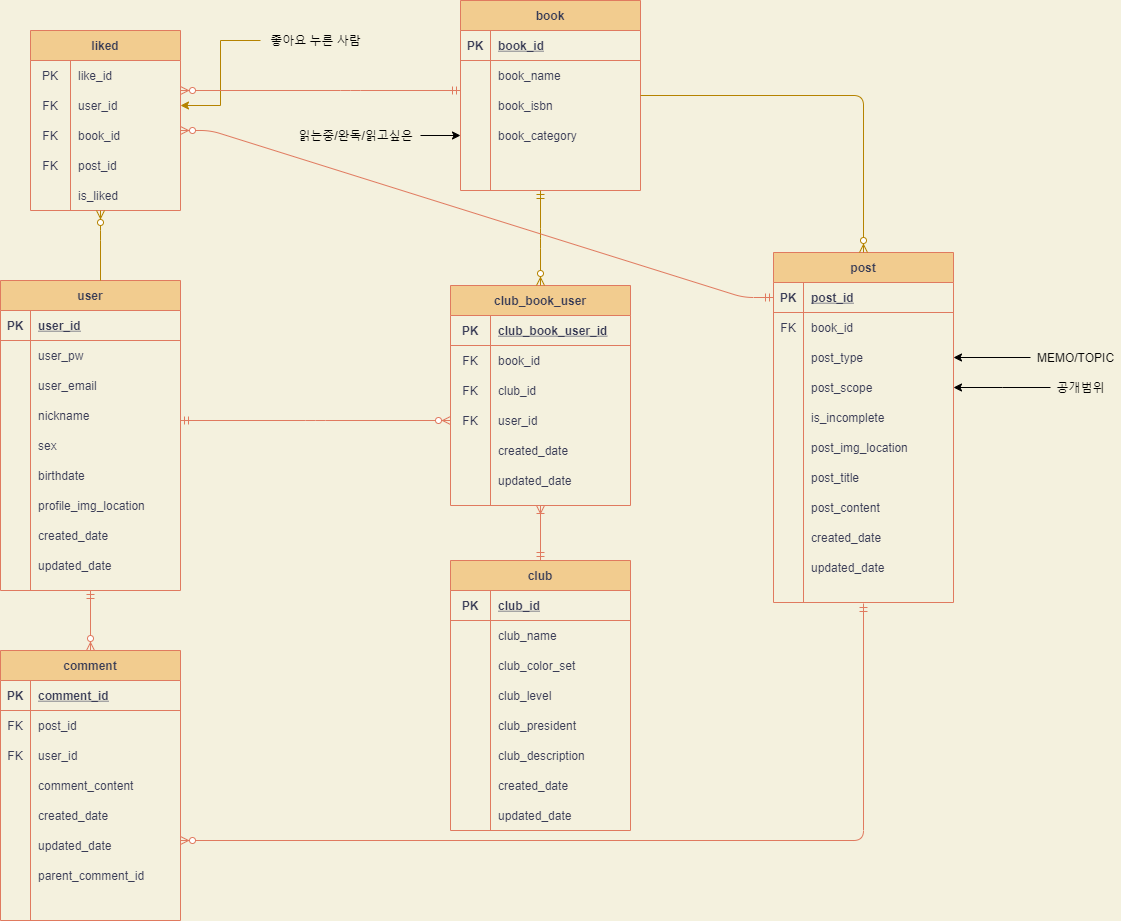
CYC0227/mangpo-ERD keeps this draw.io diagram as mangpoERD.png. Above is the earlier version. Source tidied: cells renumbered, new cells last; positions are measured from the earlier drawing's top-left corner, leaving out a move shared by most shapes.
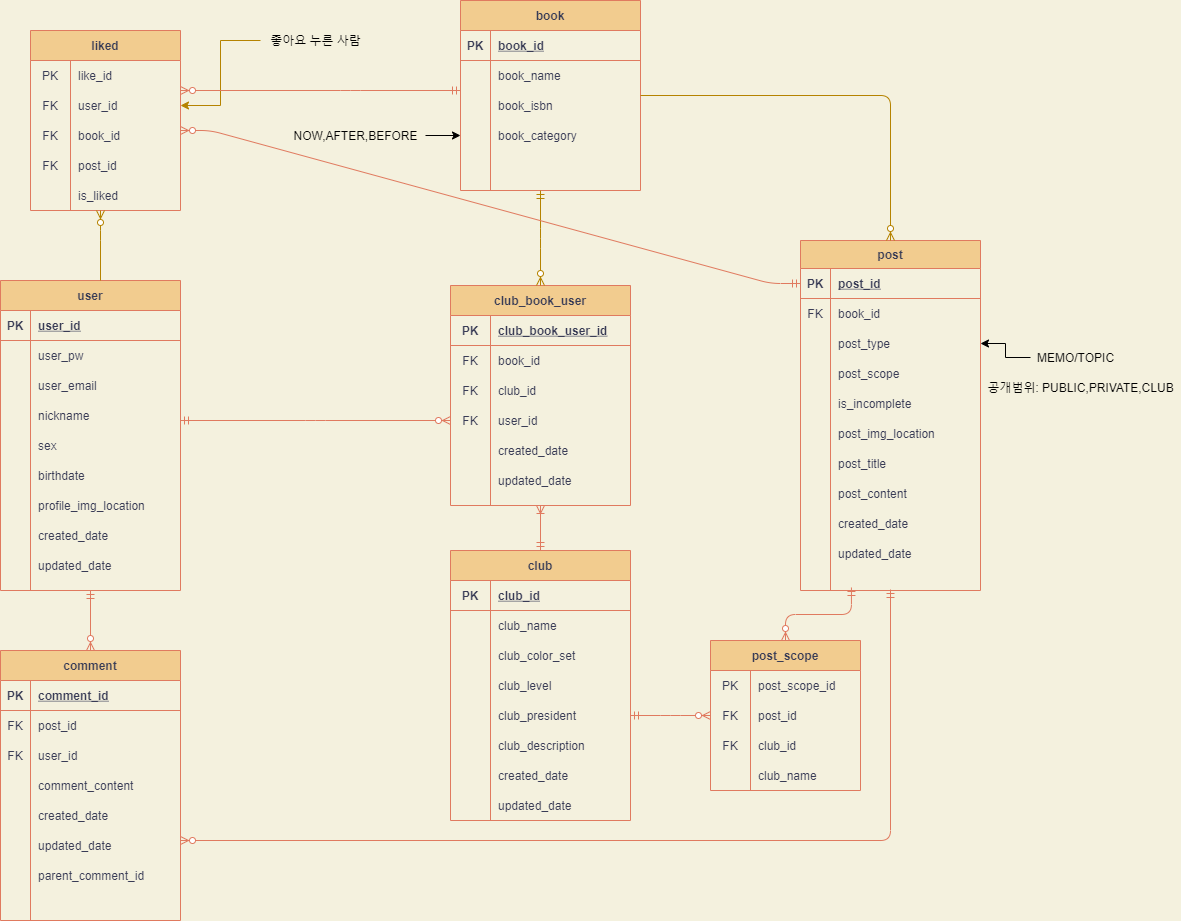
Above is the later version.

What changed in the source:
```diff
@@ -86,11 +86,11 @@
     <mxCell id="29" value="updated_date" style="shape=partialRectangle;fillColor=none;top=0;left=0;bottom=0;right=0;align=left;spacingLeft=6;overflow=hidden;strokeColor=#E07A5F;fontColor=#393C56;" parent="27" vertex="1">
       <mxGeometry x="30" width="150" height="30" as="geometry" />
     </mxCell>
-    <mxCell id="30" value="post" style="shape=table;startSize=30;rowLines=0;fontStyle=1;align=center;fillColor=#F2CC8F;strokeColor=#E07A5F;fontColor=#393C56;" parent="1" vertex="1">
-      <mxGeometry x="773" y="252" width="180" height="350" as="geometry" />
+    <mxCell id="30" value="post" style="shape=table;startSize=28;rowLines=0;fontStyle=1;align=center;fillColor=#F2CC8F;strokeColor=#E07A5F;fontColor=#393C56;" parent="1" vertex="1">
+      <mxGeometry x="800" y="240" width="180" height="350" as="geometry" />
     </mxCell>
     <mxCell id="31" style="shape=partialRectangle;fillColor=none;top=0;left=0;bottom=1;right=0;points=[[0,0.5],[1,0.5]];portConstraint=eastwest;strokeColor=#E07A5F;fontColor=#393C56;" parent="30" vertex="1">
-      <mxGeometry y="30" width="180" height="30" as="geometry" />
+      <mxGeometry y="28" width="180" height="30" as="geometry" />
     </mxCell>
     <mxCell id="32" value="PK" style="shape=partialRectangle;fillColor=none;top=0;left=0;bottom=0;right=0;fontStyle=1;overflow=hidden;strokeColor=#E07A5F;fontColor=#393C56;" parent="31" vertex="1">
       <mxGeometry width="30" height="30" as="geometry" />
@@ -99,7 +99,7 @@
       <mxGeometry x="30" width="150" height="30" as="geometry" />
     </mxCell>
     <mxCell id="34" style="shape=partialRectangle;fillColor=none;top=0;left=0;bottom=0;right=0;strokeColor=#E07A5F;fontColor=#393C56;" parent="30" vertex="1">
-      <mxGeometry y="60" width="180" height="30" as="geometry" />
+      <mxGeometry y="58" width="180" height="30" as="geometry" />
     </mxCell>
     <mxCell id="35" value="FK" style="shape=partialRectangle;fillColor=none;top=0;left=0;bottom=0;right=0;overflow=hidden;strokeColor=#E07A5F;fontColor=#393C56;" parent="34" vertex="1">
       <mxGeometry width="30" height="30" as="geometry" />
@@ -108,7 +108,7 @@
       <mxGeometry x="30" width="150" height="30" as="geometry" />
     </mxCell>
     <mxCell id="37" style="shape=partialRectangle;fillColor=none;top=0;left=0;bottom=0;right=0;points=[[0,0.5],[1,0.5]];portConstraint=eastwest;strokeColor=#E07A5F;fontColor=#393C56;" parent="30" vertex="1">
-      <mxGeometry y="90" width="180" height="30" as="geometry" />
+      <mxGeometry y="88" width="180" height="30" as="geometry" />
     </mxCell>
     <mxCell id="38" style="shape=partialRectangle;fillColor=none;top=0;left=0;bottom=0;right=0;overflow=hidden;strokeColor=#E07A5F;fontColor=#393C56;" parent="37" vertex="1">
       <mxGeometry width="30" height="30" as="geometry" />
@@ -117,7 +117,7 @@
       <mxGeometry x="30" width="150" height="30" as="geometry" />
     </mxCell>
     <mxCell id="40" style="shape=partialRectangle;fillColor=none;top=0;left=0;bottom=0;right=0;points=[[0,0.5],[1,0.5]];portConstraint=eastwest;strokeColor=#E07A5F;fontColor=#393C56;" parent="30" vertex="1">
-      <mxGeometry y="120" width="180" height="30" as="geometry" />
+      <mxGeometry y="118" width="180" height="30" as="geometry" />
     </mxCell>
     <mxCell id="41" style="shape=partialRectangle;fillColor=none;top=0;left=0;bottom=0;right=0;overflow=hidden;strokeColor=#E07A5F;fontColor=#393C56;" parent="40" vertex="1">
       <mxGeometry width="30" height="30" as="geometry" />
@@ -126,7 +126,7 @@
       <mxGeometry x="30" width="150" height="30" as="geometry" />
     </mxCell>
     <mxCell id="43" style="shape=partialRectangle;fillColor=none;top=0;left=0;bottom=0;right=0;strokeColor=#E07A5F;fontColor=#393C56;" parent="30" vertex="1">
-      <mxGeometry y="150" width="180" height="30" as="geometry" />
+      <mxGeometry y="148" width="180" height="30" as="geometry" />
     </mxCell>
     <mxCell id="44" style="shape=partialRectangle;fillColor=none;top=0;left=0;bottom=0;right=0;overflow=hidden;strokeColor=#E07A5F;fontColor=#393C56;" parent="43" vertex="1">
       <mxGeometry width="30" height="30" as="geometry" />
@@ -135,7 +135,7 @@
       <mxGeometry x="30" width="150" height="30" as="geometry" />
     </mxCell>
     <mxCell id="46" style="shape=partialRectangle;fillColor=none;top=0;left=0;bottom=0;right=0;strokeColor=#E07A5F;fontColor=#393C56;" parent="30" vertex="1">
-      <mxGeometry y="180" width="180" height="30" as="geometry" />
+      <mxGeometry y="178" width="180" height="30" as="geometry" />
     </mxCell>
     <mxCell id="47" style="shape=partialRectangle;fillColor=none;top=0;left=0;bottom=0;right=0;overflow=hidden;strokeColor=#E07A5F;fontColor=#393C56;" parent="46" vertex="1">
       <mxGeometry width="30" height="30" as="geometry" />
@@ -144,7 +144,7 @@
       <mxGeometry x="30" width="150" height="30" as="geometry" />
     </mxCell>
     <mxCell id="49" style="shape=partialRectangle;fillColor=none;top=0;left=0;bottom=0;right=0;strokeColor=#E07A5F;fontColor=#393C56;" parent="30" vertex="1">
-      <mxGeometry y="210" width="180" height="30" as="geometry" />
+      <mxGeometry y="208" width="180" height="30" as="geometry" />
     </mxCell>
     <mxCell id="50" style="shape=partialRectangle;fillColor=none;top=0;left=0;bottom=0;right=0;overflow=hidden;strokeColor=#E07A5F;fontColor=#393C56;" parent="49" vertex="1">
       <mxGeometry width="30" height="30" as="geometry" />
@@ -153,7 +153,7 @@
       <mxGeometry x="30" width="150" height="30" as="geometry" />
     </mxCell>
     <mxCell id="52" style="shape=partialRectangle;fillColor=none;top=0;left=0;bottom=0;right=0;strokeColor=#E07A5F;fontColor=#393C56;" parent="30" vertex="1">
-      <mxGeometry y="240" width="180" height="30" as="geometry" />
+      <mxGeometry y="238" width="180" height="30" as="geometry" />
     </mxCell>
     <mxCell id="53" style="shape=partialRectangle;fillColor=none;top=0;left=0;bottom=0;right=0;overflow=hidden;strokeColor=#E07A5F;fontColor=#393C56;" parent="52" vertex="1">
       <mxGeometry width="30" height="30" as="geometry" />
@@ -162,7 +162,7 @@
       <mxGeometry x="30" width="150" height="30" as="geometry" />
     </mxCell>
     <mxCell id="55" style="shape=partialRectangle;fillColor=none;top=0;left=0;bottom=0;right=0;strokeColor=#E07A5F;fontColor=#393C56;" parent="30" vertex="1">
-      <mxGeometry y="270" width="180" height="30" as="geometry" />
+      <mxGeometry y="268" width="180" height="30" as="geometry" />
     </mxCell>
     <mxCell id="56" style="shape=partialRectangle;fillColor=none;top=0;left=0;bottom=0;right=0;overflow=hidden;strokeColor=#E07A5F;fontColor=#393C56;" parent="55" vertex="1">
       <mxGeometry width="30" height="30" as="geometry" />
@@ -171,7 +171,7 @@
       <mxGeometry x="30" width="150" height="30" as="geometry" />
     </mxCell>
     <mxCell id="58" style="shape=partialRectangle;fillColor=none;top=0;left=0;bottom=0;right=0;strokeColor=#E07A5F;fontColor=#393C56;" parent="30" vertex="1">
-      <mxGeometry y="300" width="180" height="30" as="geometry" />
+      <mxGeometry y="298" width="180" height="30" as="geometry" />
     </mxCell>
     <mxCell id="59" style="shape=partialRectangle;fillColor=none;top=0;left=0;bottom=0;right=0;overflow=hidden;strokeColor=#E07A5F;fontColor=#393C56;" parent="58" vertex="1">
       <mxGeometry width="30" height="30" as="geometry" />
@@ -180,7 +180,7 @@
       <mxGeometry x="30" width="150" height="30" as="geometry" />
     </mxCell>
     <mxCell id="61" style="shape=partialRectangle;fillColor=none;top=0;left=0;bottom=0;right=0;points=[[0,0.5],[1,0.5]];portConstraint=eastwest;strokeColor=#E07A5F;fontColor=#393C56;" parent="30" vertex="1">
-      <mxGeometry y="330" width="180" height="20" as="geometry" />
+      <mxGeometry y="328" width="180" height="20" as="geometry" />
     </mxCell>
     <mxCell id="62" style="shape=partialRectangle;fillColor=none;top=0;left=0;bottom=0;right=0;overflow=hidden;strokeColor=#E07A5F;fontColor=#393C56;" parent="61" vertex="1">
       <mxGeometry width="30" height="20" as="geometry" />
@@ -189,7 +189,7 @@
       <mxGeometry x="30" width="150" height="20" as="geometry" />
     </mxCell>
     <mxCell id="64" value="club" style="shape=table;startSize=30;rowLines=0;fontStyle=1;align=center;fillColor=#F2CC8F;strokeColor=#E07A5F;fontColor=#393C56;" parent="1" vertex="1">
-      <mxGeometry x="450" y="560" width="180" height="270" as="geometry" />
+      <mxGeometry x="450" y="550" width="180" height="270" as="geometry" />
     </mxCell>
     <mxCell id="65" style="shape=partialRectangle;fillColor=none;top=0;left=0;bottom=1;right=0;strokeColor=#E07A5F;fontColor=#393C56;" parent="64" vertex="1">
       <mxGeometry y="30" width="180" height="30" as="geometry" />
@@ -412,8 +412,8 @@
     <mxCell id="133" style="edgeStyle=orthogonalEdgeStyle;rounded=0;jettySize=auto;html=1;" parent="1" edge="1" source="134" target="123">
       <mxGeometry relative="1" as="geometry" />
     </mxCell>
-    <mxCell id="134" value="읽는중/완독/읽고싶은" style="text;html=1;align=center;verticalAlign=middle;points=[];strokeColor=none;" parent="1" vertex="1">
-      <mxGeometry x="290" y="125" width="130" height="20" as="geometry" />
+    <mxCell id="134" value="NOW,AFTER,BEFORE" style="text;html=1;align=center;verticalAlign=middle;points=[];strokeColor=none;" parent="1" vertex="1">
+      <mxGeometry x="285" y="125" width="140" height="20" as="geometry" />
     </mxCell>
     <mxCell id="135" style="edgeStyle=elbowEdgeStyle;fontSize=12;html=1;endArrow=ERzeroToMany;endFill=1;fillColor=#ffe6cc;strokeColor=#B58300;elbow=vertical;" parent="1" edge="1" source="113" target="30">
       <mxGeometry relative="1" as="geometry">
@@ -556,8 +556,8 @@
     <mxCell id="175" style="edgeStyle=elbowEdgeStyle;rounded=0;jettySize=auto;html=1;" parent="1" edge="1" source="176" target="40">
       <mxGeometry relative="1" as="geometry" />
     </mxCell>
-    <mxCell id="176" value="공개범위" style="text;html=1;align=center;verticalAlign=middle;points=[];strokeColor=none;" parent="1" vertex="1">
-      <mxGeometry x="1050" y="377" width="60" height="20" as="geometry" />
+    <mxCell id="176" value="공개범위: PUBLIC,PRIVATE,CLUB" style="text;html=1;align=center;verticalAlign=middle;points=[];strokeColor=none;" parent="1" vertex="1">
+      <mxGeometry x="980" y="377" width="200" height="20" as="geometry" />
     </mxCell>
     <mxCell id="177" style="edgeStyle=elbowEdgeStyle;fontSize=12;html=1;endArrow=ERzeroToMany;startArrow=ERmandOne;strokeColor=#E07A5F;fontColor=#393C56;labelBackgroundColor=#F4F1DE;" parent="1" edge="1" source="113" target="156">
       <mxGeometry relative="1" as="geometry">
@@ -569,5 +569,50 @@
     <mxCell id="178" style="edgeStyle=entityRelationEdgeStyle;fontSize=12;html=1;endArrow=ERzeroToMany;startArrow=ERmandOne;strokeColor=#E07A5F;fontColor=#393C56;labelBackgroundColor=#F4F1DE;entryX=1;entryY=0.333;entryDx=0;entryDy=0;entryPerimeter=0;" parent="1" edge="1" source="31" target="163">
       <mxGeometry relative="1" as="geometry" />
     </mxCell>
+    <mxCell id="179" value="post_scope" style="shape=table;startSize=30;rowLines=0;fontStyle=1;align=center;fillColor=#F2CC8F;strokeColor=#E07A5F;fontColor=#393C56;" parent="1" vertex="1">
+      <mxGeometry x="710" y="640" width="150" height="150" as="geometry" />
+    </mxCell>
+    <mxCell id="180" style="shape=partialRectangle;fillColor=none;top=0;left=0;bottom=0;right=0;strokeColor=#E07A5F;fontColor=#393C56;" parent="179" vertex="1">
+      <mxGeometry y="30" width="150" height="30" as="geometry" />
+    </mxCell>
+    <mxCell id="181" value="PK" style="shape=partialRectangle;fillColor=none;top=0;left=0;bottom=0;right=0;overflow=hidden;strokeColor=#E07A5F;fontColor=#393C56;" parent="180" vertex="1">
+      <mxGeometry width="40" height="30" as="geometry" />
+    </mxCell>
+    <mxCell id="182" value="post_scope_id" style="shape=partialRectangle;fillColor=none;top=0;left=0;bottom=0;right=0;align=left;spacingLeft=6;overflow=hidden;strokeColor=#E07A5F;fontColor=#393C56;" parent="180" vertex="1">
+      <mxGeometry x="40" width="110" height="30" as="geometry" />
+    </mxCell>
+    <mxCell id="183" style="shape=partialRectangle;fillColor=none;top=0;left=0;bottom=0;right=0;strokeColor=#E07A5F;fontColor=#393C56;" parent="179" vertex="1">
+      <mxGeometry y="60" width="150" height="30" as="geometry" />
+    </mxCell>
+    <mxCell id="184" value="FK" style="shape=partialRectangle;fillColor=none;top=0;left=0;bottom=0;right=0;overflow=hidden;strokeColor=#E07A5F;fontColor=#393C56;" parent="183" vertex="1">
+      <mxGeometry width="40" height="30" as="geometry" />
+    </mxCell>
+    <mxCell id="185" value="post_id" style="shape=partialRectangle;fillColor=none;top=0;left=0;bottom=0;right=0;align=left;spacingLeft=6;overflow=hidden;strokeColor=#E07A5F;fontColor=#393C56;" parent="183" vertex="1">
+      <mxGeometry x="40" width="110" height="30" as="geometry" />
+    </mxCell>
+    <mxCell id="186" style="shape=partialRectangle;fillColor=none;top=0;left=0;bottom=0;right=0;strokeColor=#E07A5F;fontColor=#393C56;" parent="179" vertex="1">
+      <mxGeometry y="90" width="150" height="30" as="geometry" />
+    </mxCell>
+    <mxCell id="187" value="FK" style="shape=partialRectangle;fillColor=none;top=0;left=0;bottom=0;right=0;overflow=hidden;strokeColor=#E07A5F;fontColor=#393C56;" parent="186" vertex="1">
+      <mxGeometry width="40" height="30" as="geometry" />
+    </mxCell>
+    <mxCell id="188" value="club_id" style="shape=partialRectangle;fillColor=none;top=0;left=0;bottom=0;right=0;align=left;spacingLeft=6;overflow=hidden;strokeColor=#E07A5F;fontColor=#393C56;" parent="186" vertex="1">
+      <mxGeometry x="40" width="110" height="30" as="geometry" />
+    </mxCell>
+    <mxCell id="189" style="shape=partialRectangle;fillColor=none;top=0;left=0;bottom=0;right=0;strokeColor=#E07A5F;fontColor=#393C56;" parent="179" vertex="1">
+      <mxGeometry y="120" width="150" height="30" as="geometry" />
+    </mxCell>
+    <mxCell id="190" style="shape=partialRectangle;fillColor=none;top=0;left=0;bottom=0;right=0;overflow=hidden;strokeColor=#E07A5F;fontColor=#393C56;" parent="189" vertex="1">
+      <mxGeometry width="40" height="30" as="geometry" />
+    </mxCell>
+    <mxCell id="191" value="club_name" style="shape=partialRectangle;fillColor=none;top=0;left=0;bottom=0;right=0;align=left;spacingLeft=6;overflow=hidden;strokeColor=#E07A5F;fontColor=#393C56;" parent="189" vertex="1">
+      <mxGeometry x="40" width="110" height="30" as="geometry" />
+    </mxCell>
+    <mxCell id="192" style="edgeStyle=elbowEdgeStyle;fontSize=12;html=1;endArrow=ERzeroToMany;startArrow=ERmandOne;strokeColor=#E07A5F;fontColor=#393C56;labelBackgroundColor=#F4F1DE;elbow=vertical;exitX=0.283;exitY=0.95;exitDx=0;exitDy=0;exitPerimeter=0;" parent="1" edge="1" source="61" target="179">
+      <mxGeometry relative="1" as="geometry" />
+    </mxCell>
+    <mxCell id="193" style="edgeStyle=elbowEdgeStyle;fontSize=12;html=1;endArrow=ERzeroToMany;startArrow=ERmandOne;strokeColor=#E07A5F;fontColor=#393C56;labelBackgroundColor=#F4F1DE;elbow=vertical;" parent="1" edge="1" source="64" target="179">
+      <mxGeometry relative="1" as="geometry" />
+    </mxCell>
   </root>
 </mxGraphModel>
```
